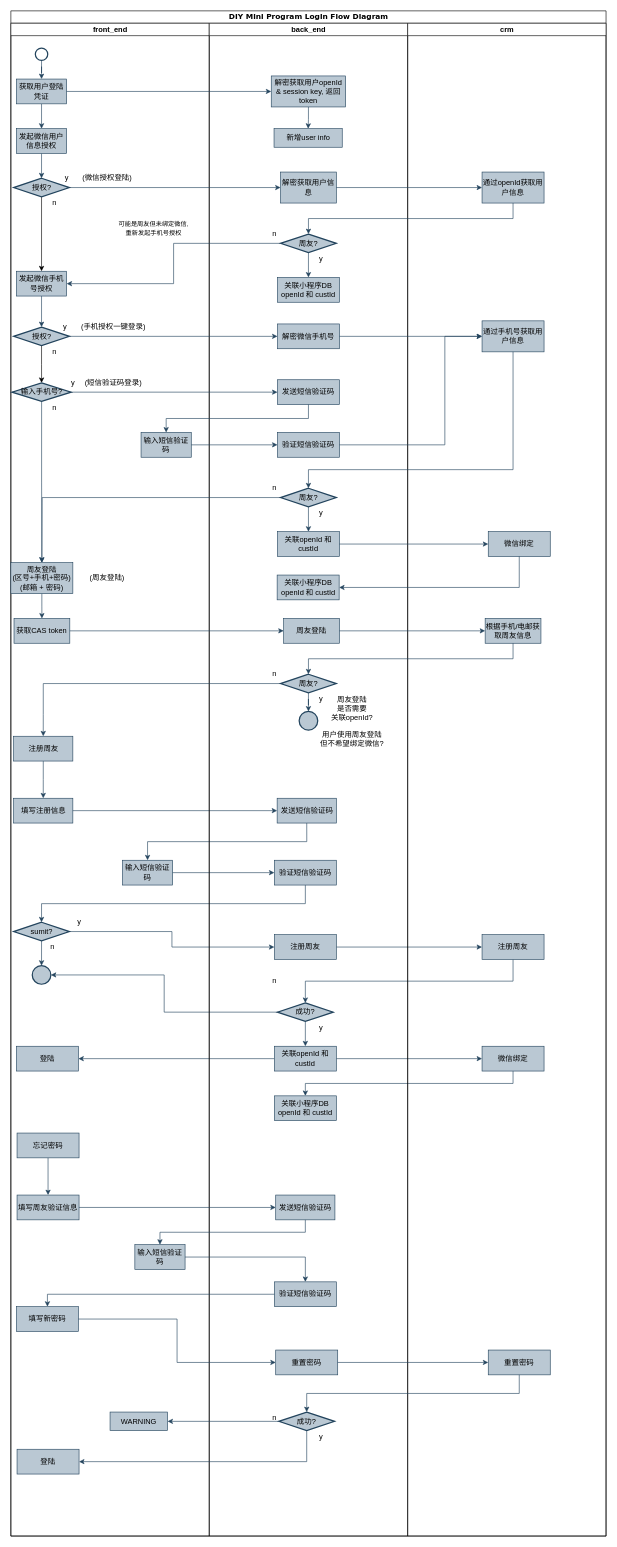
Before: DIY Mini Program/DIY Mini Program Login Flow Diagram.drawio in WinkleWong/Diagram, a draw.io diagram. Source tidied: cells renumbered, new cells numbered last; positions are measured from the earlier drawing's top-left corner, leaving out a move shared by most shapes. Both pictures are drawn from the tidied source at 62%, with x=0, y=0 at pixel (11, 11).
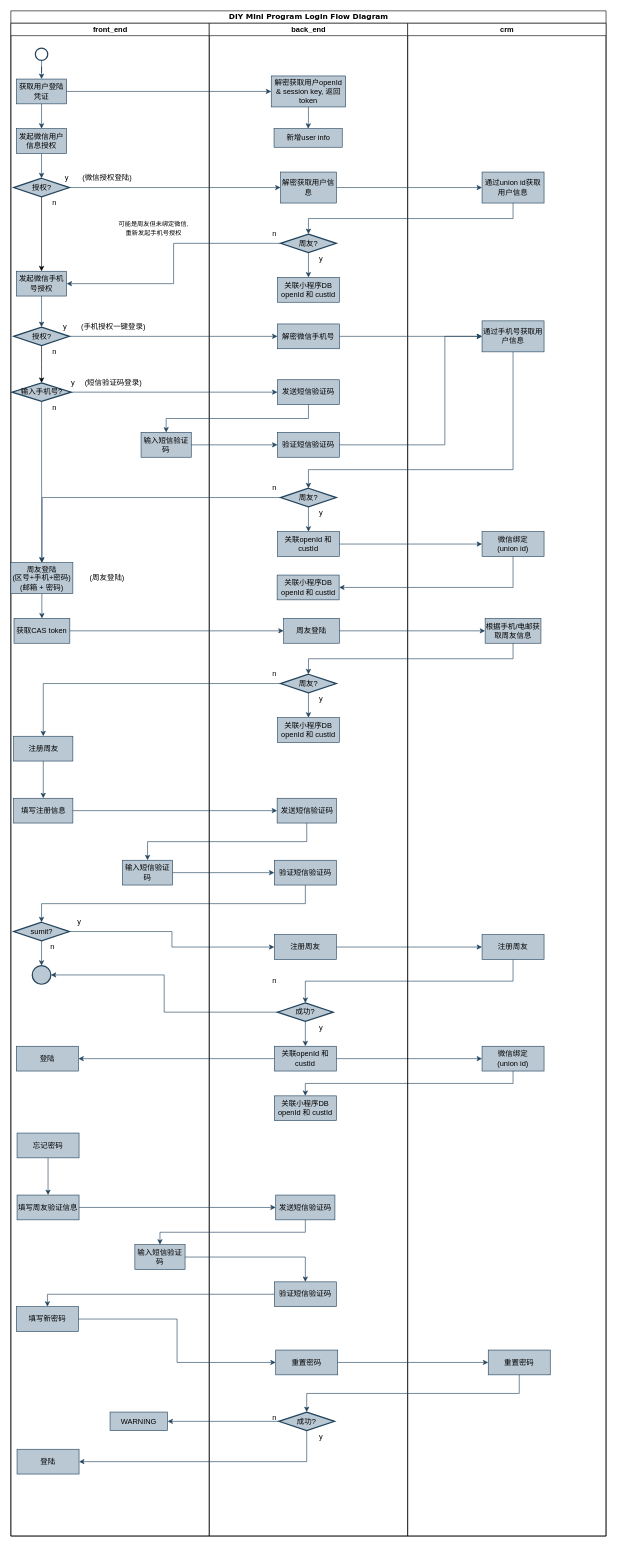
The same page after the edit.

Unchanged cells that the change refers to:
```xml
<mxCell id="61" value="back_end" style="swimlane;html=1;startSize=20;" parent="2" vertex="1">
  <mxGeometry x="320" y="20" width="320" height="2440" as="geometry" />
</mxCell>
<mxCell id="79" value="周友?" style="strokeWidth=2;html=1;shape=mxgraph.flowchart.decision;whiteSpace=wrap;fillColor=#bac8d3;strokeColor=#23445d;" parent="61" vertex="1">
  <mxGeometry x="115" y="1050" width="90" height="30" as="geometry" />
</mxCell>
<mxCell id="102" value="crm" style="swimlane;html=1;startSize=20;" parent="2" vertex="1">
  <mxGeometry x="640" y="20" width="320" height="2440" as="geometry" />
</mxCell>
```

Diff of the diagram source:
```diff
@@
-    <mxCell id="78" style="edgeStyle=orthogonalEdgeStyle;rounded=0;jettySize=auto;html=1;entryX=0.5;entryY=0;entryDx=0;entryDy=0;entryPerimeter=0;fillColor=#bac8d3;strokeColor=#23445d;" parent="61" edge="1" source="79" target="82">
-      <mxGeometry relative="1" as="geometry" />
-    </mxCell>
+    <mxCell id="139" style="edgeStyle=orthogonalEdgeStyle;rounded=0;jettySize=auto;html=1;entryX=0.5;entryY=0;entryDx=0;entryDy=0;fillColor=#bac8d3;strokeColor=#23445d;" parent="61" edge="1" source="79" target="140">
+      <mxGeometry relative="1" as="geometry" />
+    </mxCell>
@@
-    <mxCell id="82" style="strokeWidth=2;html=1;shape=mxgraph.flowchart.start_2;whiteSpace=wrap;fillColor=#bac8d3;strokeColor=#23445d;" parent="61" vertex="1">
-      <mxGeometry x="145" y="1110" width="30" height="30" as="geometry" />
-    </mxCell>
-    <mxCell id="83" value="周友登陆&lt;br&gt;是否需要&lt;br&gt;关联openId?" style="text;html=1;align=center;verticalAlign=middle;" parent="61" vertex="1">
-      <mxGeometry x="180" y="1080" width="100" height="50" as="geometry" />
-    </mxCell>
@@
-    <mxCell id="101" value="用户使用周友登陆&lt;br&gt;但不希望绑定微信?" style="text;html=1;align=center;verticalAlign=middle;" parent="61" vertex="1">
-      <mxGeometry x="160" y="1140" width="140" height="30" as="geometry" />
-    </mxCell>
+    <mxCell id="140" value="关联小程序DB openId 和 custId" style="rounded=0;whiteSpace=wrap;html=1;fillColor=#bac8d3;strokeColor=#23445d;" parent="61" vertex="1">
+      <mxGeometry x="110" y="1120" width="100" height="40" as="geometry" />
+    </mxCell>
@@
-    <mxCell id="103" value="通过openId获取用户信息" style="rounded=0;whiteSpace=wrap;html=1;fillColor=#bac8d3;strokeColor=#23445d;" parent="102" vertex="1">
+    <mxCell id="103" value="通过union id获取用户信息" style="rounded=0;whiteSpace=wrap;html=1;fillColor=#bac8d3;strokeColor=#23445d;" parent="102" vertex="1">
       <mxGeometry x="120" y="240" width="100" height="50" as="geometry" />
     </mxCell>
@@
-    <mxCell id="107" value="微信绑定" style="rounded=0;whiteSpace=wrap;html=1;fillColor=#bac8d3;strokeColor=#23445d;" parent="102" vertex="1">
-      <mxGeometry x="130" y="820" width="100" height="40" as="geometry" />
+    <mxCell id="107" value="微信绑定&lt;br&gt;(union id)" style="rounded=0;whiteSpace=wrap;html=1;fillColor=#bac8d3;strokeColor=#23445d;" parent="102" vertex="1">
+      <mxGeometry x="120" y="820" width="100" height="40" as="geometry" />
     </mxCell>
-    <mxCell id="108" value="微信绑定" style="rounded=0;whiteSpace=wrap;html=1;fillColor=#bac8d3;strokeColor=#23445d;" parent="102" vertex="1">
+    <mxCell id="108" value="微信绑定&lt;br&gt;(union id)" style="rounded=0;whiteSpace=wrap;html=1;fillColor=#bac8d3;strokeColor=#23445d;" parent="102" vertex="1">
       <mxGeometry x="120" y="1650" width="100" height="40" as="geometry" />
     </mxCell>
```
